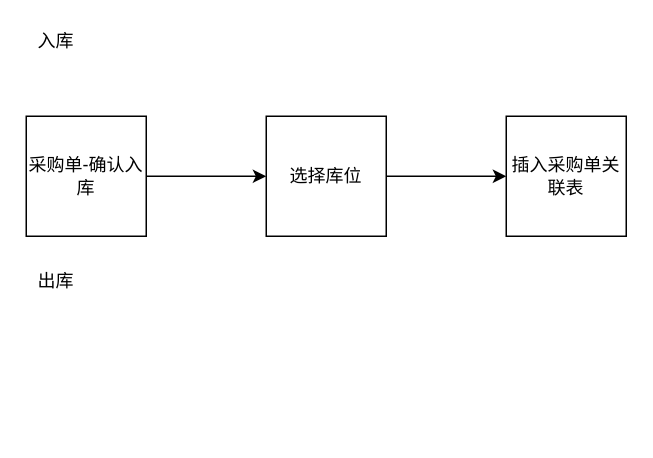
This is Untitled Diagram.drawio from jackshenjunkai/drawio, a draw.io file, before an edit. Source tidied: cells renumbered, new cells numbered last; positions are measured from the earlier drawing's top-left corner, leaving out a move shared by most shapes. Both pictures are drawn from the tidied source at 150%, with x=0, y=0 at pixel (26, 26).
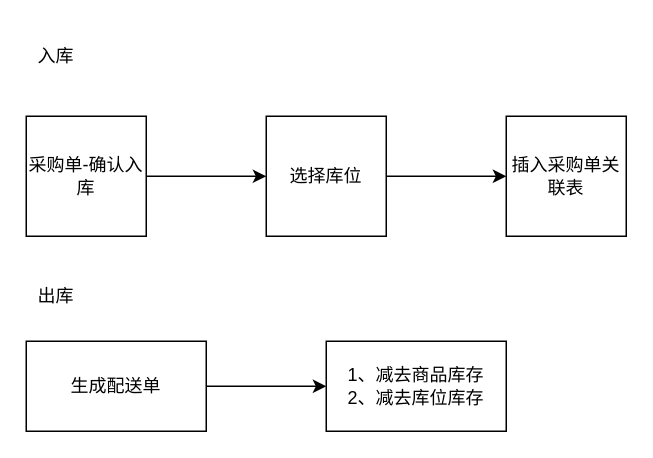
After the change.

Change to the diagram source:
```diff
@@
 <mxGraphModel>
   <root>
     <mxCell id="0" />
     <mxCell id="1" parent="0" />
     <mxCell id="2" style="edgeStyle=orthogonalEdgeStyle;rounded=0;jettySize=auto;html=1;" parent="1" edge="1" source="3" target="5">
       <mxGeometry relative="1" as="geometry" />
     </mxCell>
     <mxCell id="3" value="采购单-确认入库" style="whiteSpace=wrap;html=1;" parent="1" vertex="1">
       <mxGeometry y="60" width="80" height="80" as="geometry" />
     </mxCell>
     <mxCell id="4" style="edgeStyle=orthogonalEdgeStyle;rounded=0;jettySize=auto;html=1;" parent="1" edge="1" source="5" target="6">
       <mxGeometry relative="1" as="geometry" />
     </mxCell>
     <mxCell id="5" value="选择库位" style="whiteSpace=wrap;html=1;" parent="1" vertex="1">
       <mxGeometry x="160" y="60" width="80" height="80" as="geometry" />
     </mxCell>
     <mxCell id="6" value="插入采购单关联表" style="whiteSpace=wrap;html=1;" parent="1" vertex="1">
       <mxGeometry x="320" y="60" width="80" height="80" as="geometry" />
     </mxCell>
     <mxCell id="7" value="入库" style="text;html=1;strokeColor=none;fillColor=none;align=center;verticalAlign=middle;whiteSpace=wrap;rounded=0;" parent="1" vertex="1">
-      <mxGeometry width="40" height="20" as="geometry" />
+      <mxGeometry y="10" width="40" height="20" as="geometry" />
     </mxCell>
     <mxCell id="8" value="出库" style="text;html=1;strokeColor=none;fillColor=none;align=center;verticalAlign=middle;whiteSpace=wrap;rounded=0;" parent="1" vertex="1">
-      <mxGeometry y="160" width="40" height="20" as="geometry" />
+      <mxGeometry y="170" width="40" height="20" as="geometry" />
     </mxCell>
+    <mxCell id="9" style="edgeStyle=orthogonalEdgeStyle;rounded=0;jettySize=auto;html=1;" parent="1" edge="1" source="10" target="11">
+      <mxGeometry relative="1" as="geometry" />
+    </mxCell>
+    <mxCell id="10" value="生成配送单" style="rounded=0;whiteSpace=wrap;html=1;" parent="1" vertex="1">
+      <mxGeometry y="210" width="120" height="60" as="geometry" />
+    </mxCell>
+    <mxCell id="11" value="1、减去商品库存&lt;br&gt;2、减去库位库存" style="rounded=0;whiteSpace=wrap;html=1;" parent="1" vertex="1">
+      <mxGeometry x="200" y="210" width="120" height="60" as="geometry" />
+    </mxCell>
   </root>
 </mxGraphModel>
```
